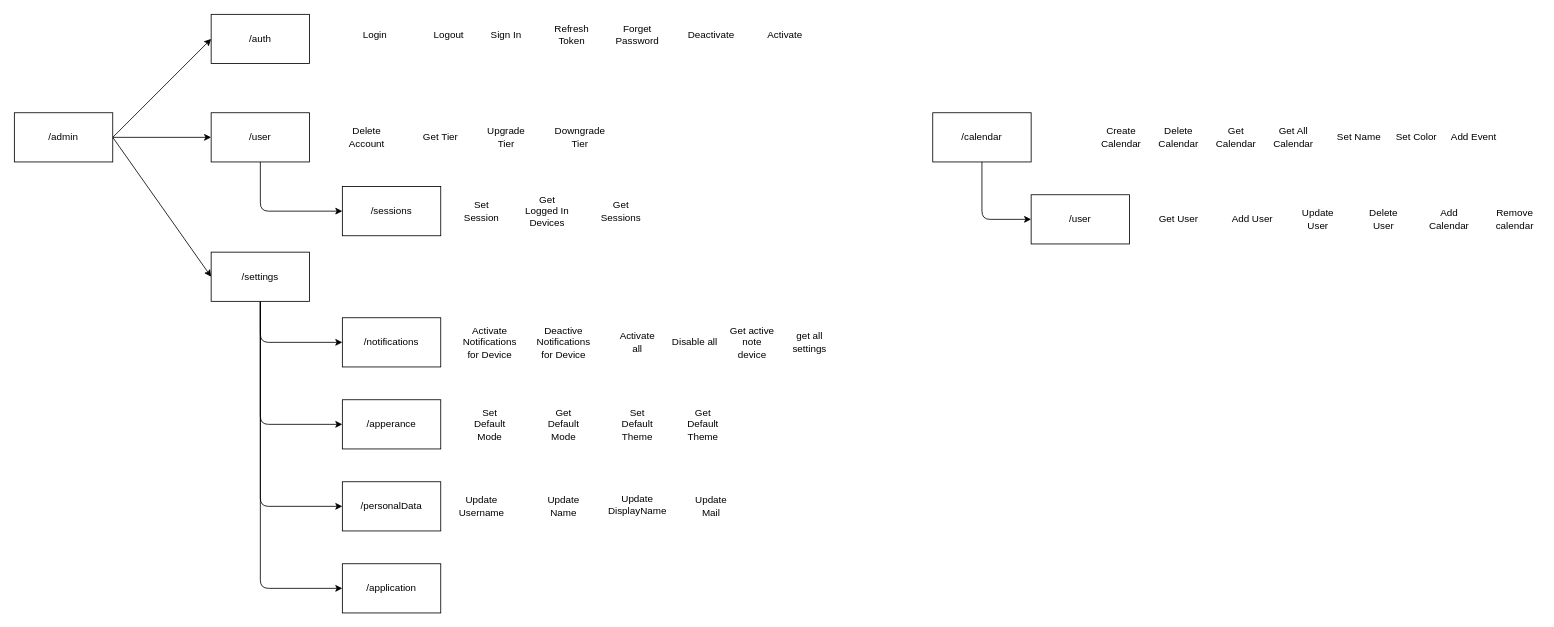
This is Architecture/Backend.drawio from TodoXpress/Documentation, a draw.io file, before an edit. Source tidied: cells renumbered, new cells numbered last; positions are measured from the earlier drawing's top-left corner, leaving out a move shared by most shapes. Both pictures are drawn from the tidied source at 82%, with x=0, y=0 at pixel (14, 14).
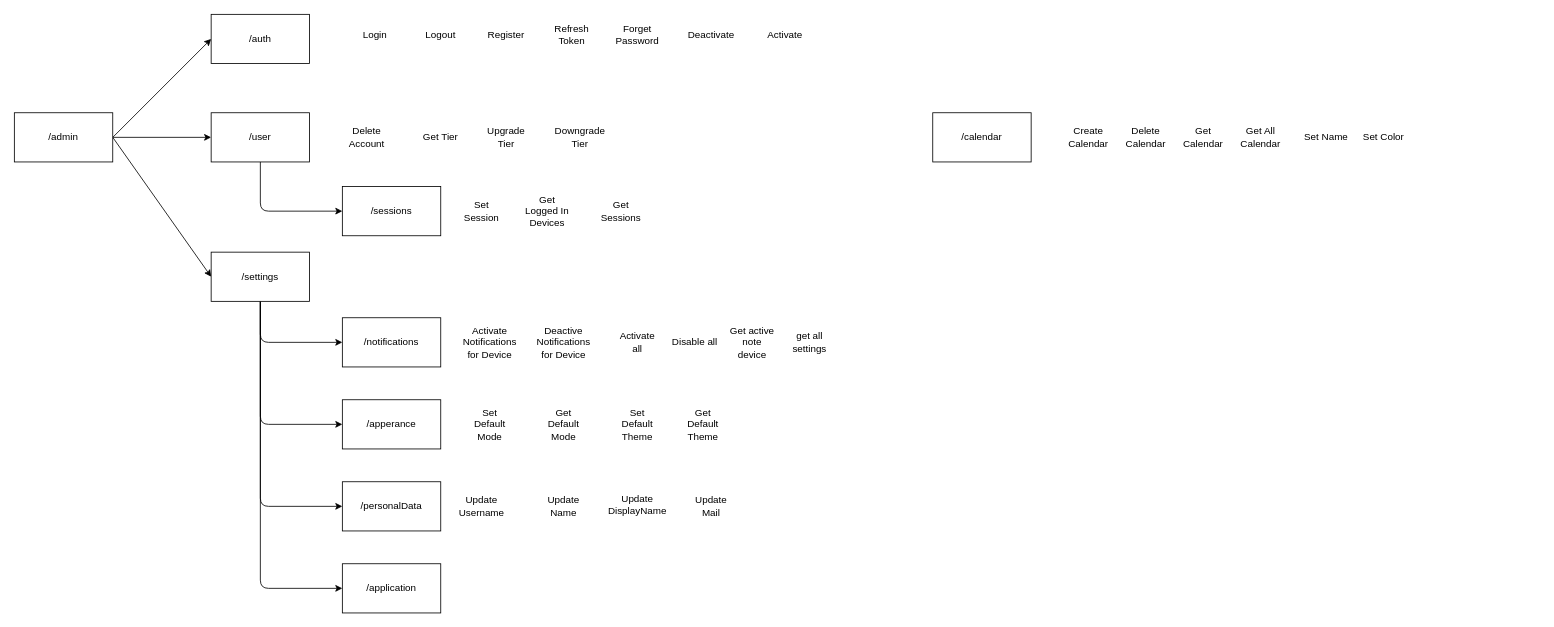
Above is the later version.

Unchanged cells that the change refers to:
```xml
<mxCell id="48" value="/calendar" style="rounded=0;whiteSpace=wrap;html=1;" parent="1" vertex="1">
  <mxGeometry x="1120" y="120" width="120" height="60" as="geometry" />
</mxCell>
```

What changed in the source:
```diff
@@
     <mxCell id="19" value="Logout" style="text;html=1;strokeColor=none;fillColor=none;align=center;verticalAlign=middle;whiteSpace=wrap;rounded=0;" parent="1" vertex="1">
-      <mxGeometry x="500" y="10" width="60" height="30" as="geometry" />
+      <mxGeometry x="490" y="10" width="60" height="30" as="geometry" />
     </mxCell>
-    <mxCell id="20" value="Sign In" style="text;html=1;strokeColor=none;fillColor=none;align=center;verticalAlign=middle;whiteSpace=wrap;rounded=0;" parent="1" vertex="1">
+    <mxCell id="20" value="Register" style="text;html=1;strokeColor=none;fillColor=none;align=center;verticalAlign=middle;whiteSpace=wrap;rounded=0;" parent="1" vertex="1">
       <mxGeometry x="570" y="10" width="60" height="30" as="geometry" />
     </mxCell>
@@
-    <mxCell id="47" style="edgeStyle=none;html=1;entryX=0;entryY=0.5;entryDx=0;entryDy=0;" parent="1" edge="1" source="48" target="56">
-      <mxGeometry relative="1" as="geometry">
-        <Array as="points">
-          <mxPoint x="1180" y="250" />
-        </Array>
-      </mxGeometry>
-    </mxCell>
@@
     <mxCell id="49" value="Create Calendar" style="text;html=1;strokeColor=none;fillColor=none;align=center;verticalAlign=middle;whiteSpace=wrap;rounded=0;" parent="1" vertex="1">
-      <mxGeometry x="1320" y="135" width="60" height="30" as="geometry" />
+      <mxGeometry x="1280" y="135" width="60" height="30" as="geometry" />
     </mxCell>
     <mxCell id="50" value="Delete Calendar" style="text;html=1;strokeColor=none;fillColor=none;align=center;verticalAlign=middle;whiteSpace=wrap;rounded=0;" parent="1" vertex="1">
-      <mxGeometry x="1390" y="135" width="60" height="30" as="geometry" />
+      <mxGeometry x="1350" y="135" width="60" height="30" as="geometry" />
     </mxCell>
     <mxCell id="51" value="Get Calendar" style="text;html=1;strokeColor=none;fillColor=none;align=center;verticalAlign=middle;whiteSpace=wrap;rounded=0;" parent="1" vertex="1">
-      <mxGeometry x="1460" y="135" width="60" height="30" as="geometry" />
+      <mxGeometry x="1420" y="135" width="60" height="30" as="geometry" />
     </mxCell>
     <mxCell id="52" value="Get All Calendar" style="text;html=1;strokeColor=none;fillColor=none;align=center;verticalAlign=middle;whiteSpace=wrap;rounded=0;" parent="1" vertex="1">
-      <mxGeometry x="1530" y="135" width="60" height="30" as="geometry" />
+      <mxGeometry x="1490" y="135" width="60" height="30" as="geometry" />
     </mxCell>
     <mxCell id="53" value="Set Name" style="text;html=1;strokeColor=none;fillColor=none;align=center;verticalAlign=middle;whiteSpace=wrap;rounded=0;" parent="1" vertex="1">
-      <mxGeometry x="1610" y="135" width="60" height="30" as="geometry" />
+      <mxGeometry x="1570" y="135" width="60" height="30" as="geometry" />
     </mxCell>
     <mxCell id="54" value="Set Color" style="text;html=1;strokeColor=none;fillColor=none;align=center;verticalAlign=middle;whiteSpace=wrap;rounded=0;" parent="1" vertex="1">
-      <mxGeometry x="1680" y="135" width="60" height="30" as="geometry" />
+      <mxGeometry x="1640" y="135" width="60" height="30" as="geometry" />
     </mxCell>
-    <mxCell id="55" value="Add Event" style="text;html=1;strokeColor=none;fillColor=none;align=center;verticalAlign=middle;whiteSpace=wrap;rounded=0;" parent="1" vertex="1">
-      <mxGeometry x="1750" y="135" width="60" height="30" as="geometry" />
-    </mxCell>
-    <mxCell id="56" value="/user" style="rounded=0;whiteSpace=wrap;html=1;" parent="1" vertex="1">
-      <mxGeometry x="1240" y="220" width="120" height="60" as="geometry" />
-    </mxCell>
-    <mxCell id="57" value="Get User" style="text;html=1;strokeColor=none;fillColor=none;align=center;verticalAlign=middle;whiteSpace=wrap;rounded=0;" parent="1" vertex="1">
-      <mxGeometry x="1390" y="235" width="60" height="30" as="geometry" />
-    </mxCell>
-    <mxCell id="58" value="Add User" style="text;html=1;strokeColor=none;fillColor=none;align=center;verticalAlign=middle;whiteSpace=wrap;rounded=0;" parent="1" vertex="1">
-      <mxGeometry x="1480" y="235" width="60" height="30" as="geometry" />
-    </mxCell>
-    <mxCell id="59" value="Update User" style="text;html=1;strokeColor=none;fillColor=none;align=center;verticalAlign=middle;whiteSpace=wrap;rounded=0;" parent="1" vertex="1">
-      <mxGeometry x="1560" y="235" width="60" height="30" as="geometry" />
-    </mxCell>
-    <mxCell id="60" value="Delete User" style="text;html=1;strokeColor=none;fillColor=none;align=center;verticalAlign=middle;whiteSpace=wrap;rounded=0;" parent="1" vertex="1">
-      <mxGeometry x="1640" y="235" width="60" height="30" as="geometry" />
-    </mxCell>
-    <mxCell id="61" value="Add Calendar" style="text;html=1;strokeColor=none;fillColor=none;align=center;verticalAlign=middle;whiteSpace=wrap;rounded=0;" parent="1" vertex="1">
-      <mxGeometry x="1720" y="235" width="60" height="30" as="geometry" />
-    </mxCell>
-    <mxCell id="62" value="Remove calendar" style="text;html=1;strokeColor=none;fillColor=none;align=center;verticalAlign=middle;whiteSpace=wrap;rounded=0;" parent="1" vertex="1">
-      <mxGeometry x="1800" y="235" width="60" height="30" as="geometry" />
-    </mxCell>
```
